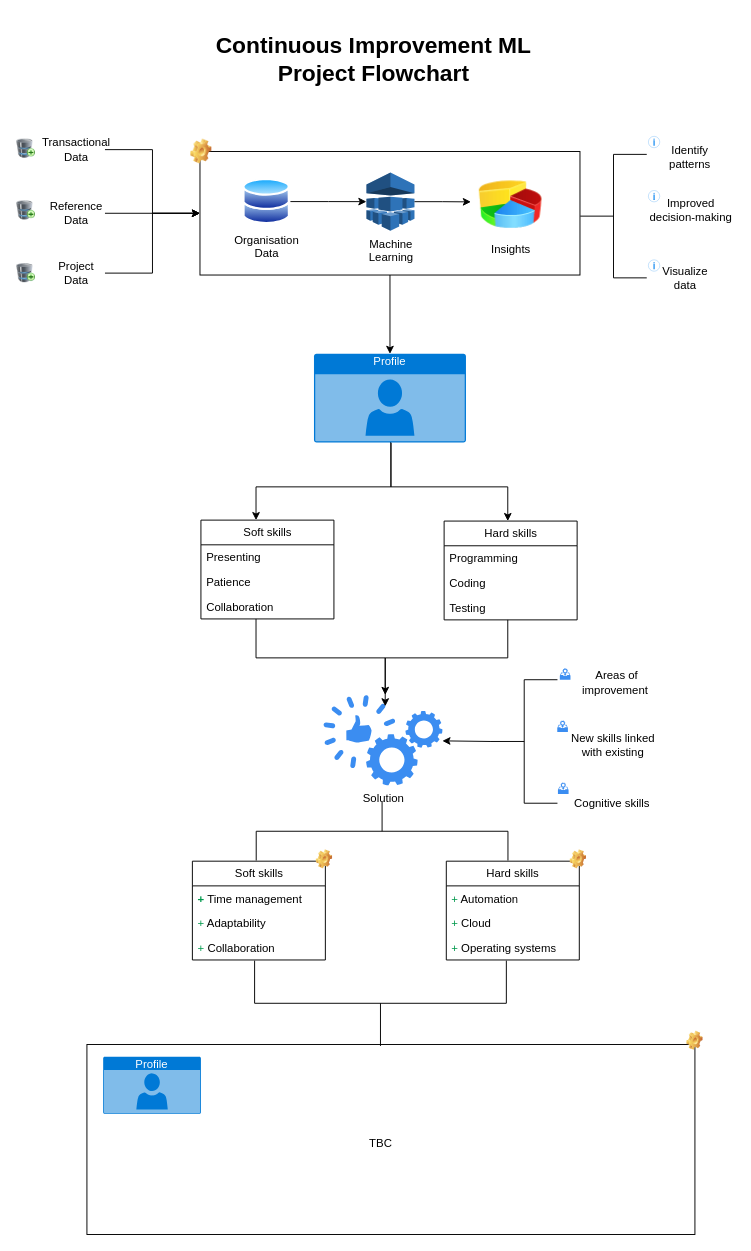
Earlier version of the draw.io diagram attachments/draw.io/continuous-improvement-ml-project.drawio (kwame-mintah/notes-md). Source tidied: cells renumbered, new cells numbered last; positions are measured from the earlier drawing's top-left corner, leaving out a move shared by most shapes. Both pictures are drawn from the tidied source at 95%, with x=0, y=0 at pixel (16, 30).
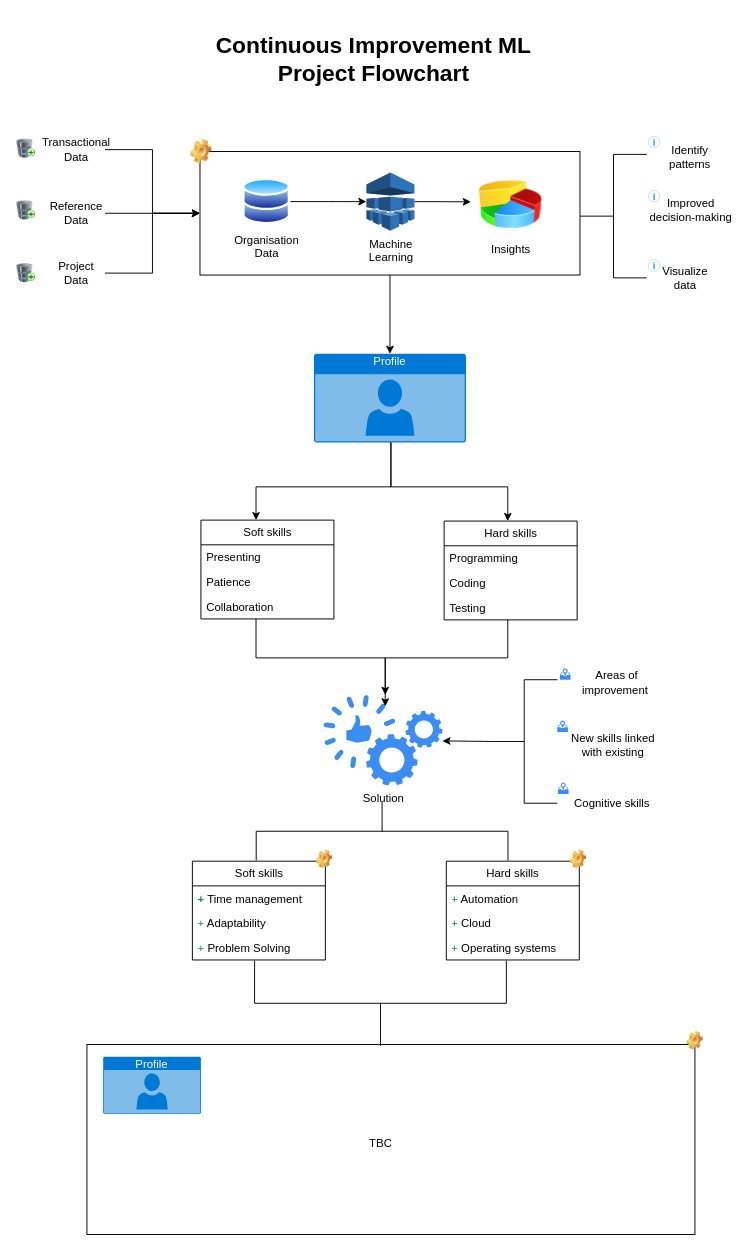
After the change.

Commit message (it also covers changes not shown here):
docs(continous-improvement-ml-project): remove duplicate soft skill in flowchart

Unchanged cells that the change refers to:
```xml
<mxCell id="40" value="Soft skills" style="swimlane;fontStyle=0;horizontal=1;startSize=26;fillColor=none;html=1;" parent="1" vertex="1">
  <mxGeometry x="185" y="874" width="140" height="104" as="geometry" />
</mxCell>
```

Diff of the diagram source:
```diff
@@
-    <mxCell id="43" value="&lt;font color=&quot;#00994d&quot;&gt;+&lt;/font&gt; Collaboration" style="text;strokeColor=none;fillColor=none;align=left;verticalAlign=top;spacingLeft=4;spacingRight=4;overflow=hidden;whiteSpace=wrap;html=1;" parent="40" vertex="1">
+    <mxCell id="43" value="&lt;font color=&quot;#00994d&quot;&gt;+&lt;/font&gt;&amp;nbsp;Problem Solving" style="text;strokeColor=none;fillColor=none;align=left;verticalAlign=top;spacingLeft=4;spacingRight=4;overflow=hidden;whiteSpace=wrap;html=1;" parent="40" vertex="1">
       <mxGeometry y="78" width="140" height="26" as="geometry" />
     </mxCell>
```
